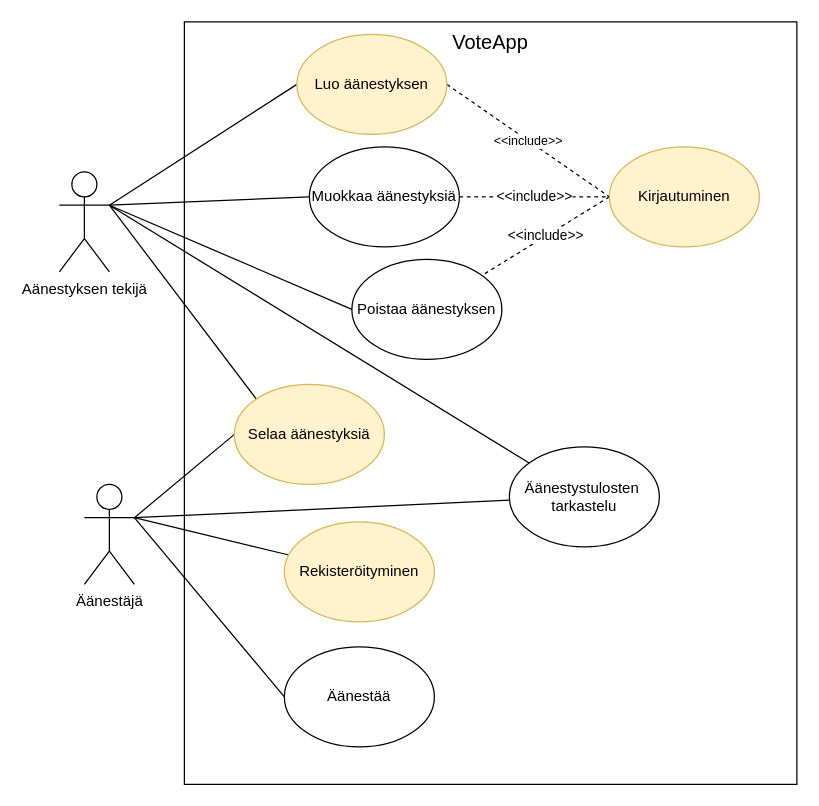
This is page "UseCase" (1 of 2) of docs/diagram.drawio from datamonnit/voteapp, a draw.io file, before an edit. Source tidied: cells renumbered, new cells numbered last; positions are measured from the earlier drawing's top-left corner, leaving out a move shared by most shapes. Both pictures are drawn from the tidied source at 125%, with x=0, y=0 at pixel (59, 21).
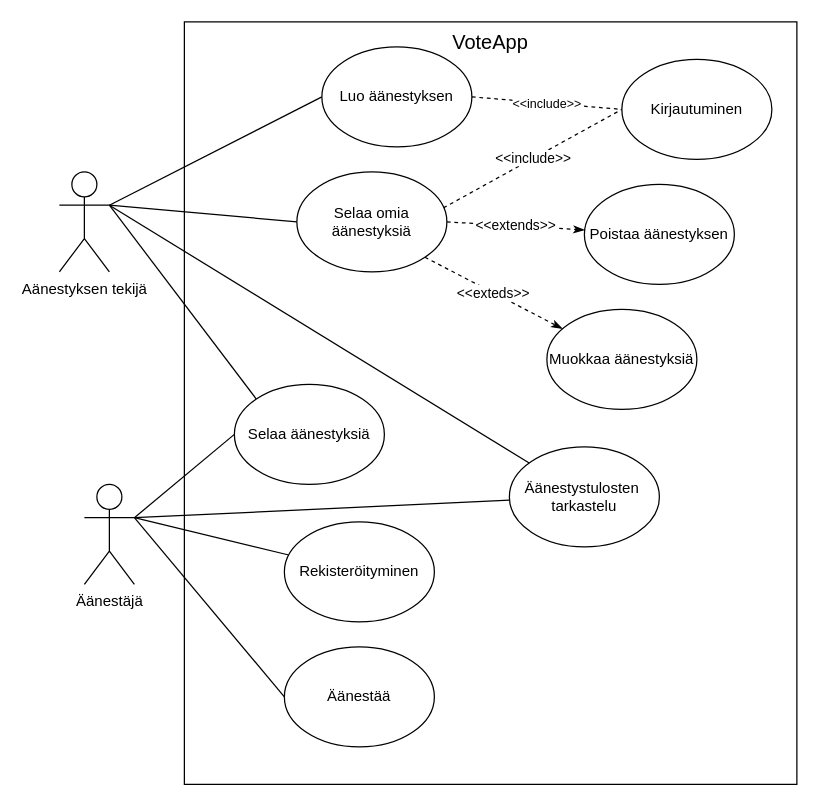
After the change.

Unchanged cells that the change refers to:
```xml
<mxCell id="5" value="Aänestyksen tekijä" style="shape=umlActor;verticalLabelPosition=bottom;verticalAlign=top;html=1;" parent="1" vertex="1">
  <mxGeometry y="120" width="40" height="80" as="geometry" />
</mxCell>
```

What changed in the source:
```diff
@@
+    <mxCell id="25" style="rounded=0;jettySize=auto;html=1;exitX=1;exitY=0.3333333333333333;exitDx=0;exitDy=0;exitPerimeter=0;entryX=0;entryY=0.5;entryDx=0;entryDy=0;endArrow=none;endFill=0;" parent="1" edge="1" source="5" target="28">
+      <mxGeometry relative="1" as="geometry" />
+    </mxCell>
@@
-    <mxCell id="12" value="Luo äänestyksen" style="ellipse;whiteSpace=wrap;html=1;fillColor=#fff2cc;strokeColor=#d6b656;" parent="1" vertex="1">
-      <mxGeometry x="190" y="10" width="120" height="80" as="geometry" />
+    <mxCell id="12" value="Luo äänestyksen" style="ellipse;whiteSpace=wrap;html=1;" parent="1" vertex="1">
+      <mxGeometry x="210" y="20" width="120" height="80" as="geometry" />
     </mxCell>
-    <mxCell id="13" style="edgeStyle=none;rounded=0;jettySize=auto;html=1;exitX=0;exitY=0.5;exitDx=0;exitDy=0;entryX=1;entryY=0.3333333333333333;entryDx=0;entryDy=0;entryPerimeter=0;endArrow=none;endFill=0;fontSize=16;" parent="1" edge="1" source="15" target="5">
-      <mxGeometry relative="1" as="geometry" />
-    </mxCell>
-    <mxCell id="14" value="&amp;lt;&amp;lt;include&amp;gt;&amp;gt;" style="edgeStyle=none;rounded=0;jettySize=auto;html=1;exitX=1;exitY=0.5;exitDx=0;exitDy=0;entryX=0;entryY=0.5;entryDx=0;entryDy=0;endArrow=none;endFill=0;fontSize=11;dashed=1;" parent="1" edge="1" source="15" target="22">
+    <mxCell id="14" value="&amp;lt;&amp;lt;include&amp;gt;&amp;gt;" style="edgeStyle=none;rounded=0;jettySize=auto;html=1;exitX=0.977;exitY=0.36;exitDx=0;exitDy=0;entryX=0;entryY=0.5;entryDx=0;entryDy=0;endArrow=none;endFill=0;fontSize=11;dashed=1;exitPerimeter=0;" parent="1" edge="1" source="28" target="22">
       <mxGeometry relative="1" as="geometry" />
     </mxCell>
     <mxCell id="15" value="Muokkaa äänestyksiä" style="ellipse;whiteSpace=wrap;html=1;" parent="1" vertex="1">
-      <mxGeometry x="200" y="100" width="120" height="80" as="geometry" />
+      <mxGeometry x="390" y="230" width="120" height="80" as="geometry" />
     </mxCell>
-    <mxCell id="16" style="edgeStyle=none;rounded=0;jettySize=auto;html=1;exitX=0;exitY=0.5;exitDx=0;exitDy=0;endArrow=none;endFill=0;fontSize=16;entryX=1;entryY=0.3333333333333333;entryDx=0;entryDy=0;entryPerimeter=0;" parent="1" edge="1" source="17" target="5">
-      <mxGeometry relative="1" as="geometry" />
-    </mxCell>
     <mxCell id="17" value="Poistaa äänestyksen" style="ellipse;whiteSpace=wrap;html=1;" parent="1" vertex="1">
-      <mxGeometry x="234" y="190" width="120" height="80" as="geometry" />
+      <mxGeometry x="420" y="130" width="120" height="80" as="geometry" />
     </mxCell>
@@
-    <mxCell id="19" value="Selaa äänestyksiä" style="ellipse;whiteSpace=wrap;html=1;fillColor=#fff2cc;strokeColor=#d6b656;" parent="1" vertex="1">
+    <mxCell id="19" value="Selaa äänestyksiä" style="ellipse;whiteSpace=wrap;html=1;" parent="1" vertex="1">
       <mxGeometry x="140" y="290" width="120" height="80" as="geometry" />
     </mxCell>
@@
-    <mxCell id="21" value="&amp;lt;&amp;lt;include&amp;gt;&amp;gt;" style="edgeStyle=none;rounded=0;jettySize=auto;html=1;exitX=0;exitY=0.5;exitDx=0;exitDy=0;endArrow=none;endFill=0;fontSize=11;dashed=1;" parent="1" edge="1" source="22" target="17">
-      <mxGeometry relative="1" as="geometry" />
-    </mxCell>
-    <mxCell id="22" value="Kirjautuminen" style="ellipse;whiteSpace=wrap;html=1;fillColor=#fff2cc;strokeColor=#d6b656;" parent="1" vertex="1">
-      <mxGeometry x="440" y="100" width="120" height="80" as="geometry" />
+    <mxCell id="22" value="Kirjautuminen" style="ellipse;whiteSpace=wrap;html=1;" parent="1" vertex="1">
+      <mxGeometry x="450" y="30" width="120" height="80" as="geometry" />
     </mxCell>
-    <mxCell id="23" value="Rekisteröityminen" style="ellipse;whiteSpace=wrap;html=1;fillColor=#fff2cc;strokeColor=#d6b656;" parent="1" vertex="1">
+    <mxCell id="23" value="Rekisteröityminen" style="ellipse;whiteSpace=wrap;html=1;" parent="1" vertex="1">
       <mxGeometry x="180" y="400" width="120" height="80" as="geometry" />
     </mxCell>
@@
+    <mxCell id="26" value="&amp;lt;&amp;lt;extends&amp;gt;&amp;gt;" style="edgeStyle=none;rounded=0;jettySize=auto;html=1;exitX=1;exitY=0.5;exitDx=0;exitDy=0;endArrow=classicThin;endFill=1;dashed=1;" parent="1" edge="1" source="28" target="17">
+      <mxGeometry relative="1" as="geometry" />
+    </mxCell>
+    <mxCell id="27" value="&amp;lt;&amp;lt;exteds&amp;gt;&amp;gt;" style="edgeStyle=none;rounded=0;jettySize=auto;html=1;exitX=1;exitY=1;exitDx=0;exitDy=0;endArrow=classicThin;endFill=1;dashed=1;" parent="1" edge="1" source="28" target="15">
+      <mxGeometry relative="1" as="geometry" />
+    </mxCell>
+    <mxCell id="28" value="Selaa omia äänestyksiä" style="ellipse;whiteSpace=wrap;html=1;" parent="1" vertex="1">
+      <mxGeometry x="190" y="120" width="120" height="80" as="geometry" />
+    </mxCell>
```
